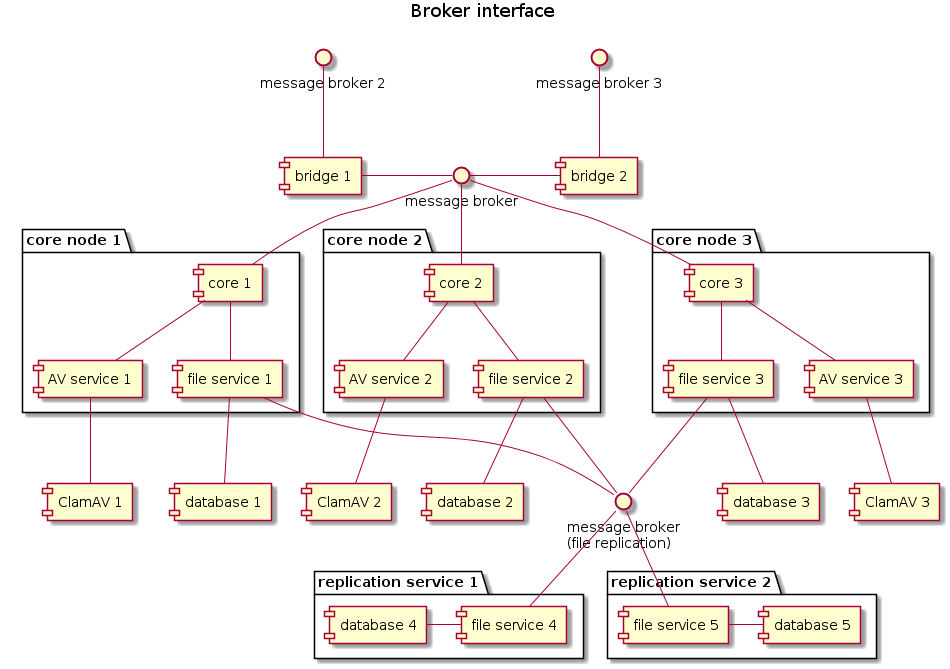
Earlier version of the PlantUML export docs/brokercomponent.png (dvoraka/av-service).
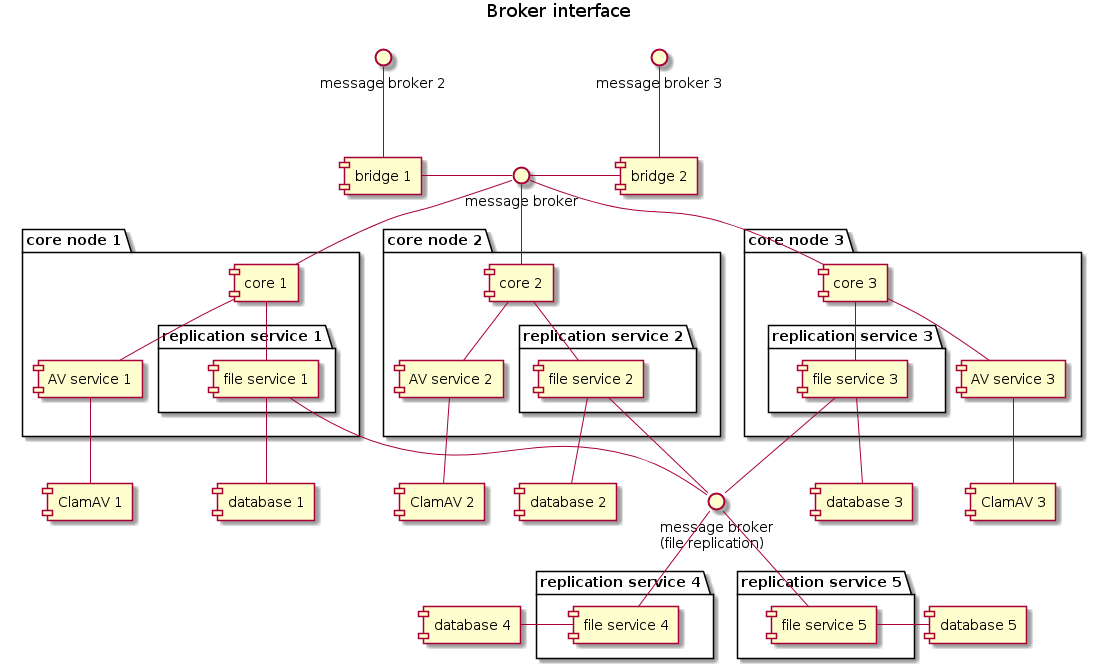
After the change.

Commit message:
#314 Update replication components

The edit, as a diff of the source:
```diff
@@ -11,29 +11,36 @@
 package "core node 1" {
     [core 1]
     [AV service 1]
-    [file service 1]
+
+    package "replication service 1" {
+        [file service 1]
+    }
 }
 
 package "core node 2" {
     [core 2]
     [AV service 2]
-    [file service 2]
+
+    package "replication service 2" {
+        [file service 2]
+    }
 }
 
 package "core node 3" {
     [core 3]
     [AV service 3]
-    [file service 3]
+
+    package "replication service 3" {
+        [file service 3]
+    }
 }
 
-package "replication service 1" {
+package "replication service 4" {
     [file service 4]
-    [database 4]
 }
 
-package "replication service 2" {
+package "replication service 5" {
     [file service 5]
-    [database 5]
 }
 
 broker2 -- [bridge 1]
```
